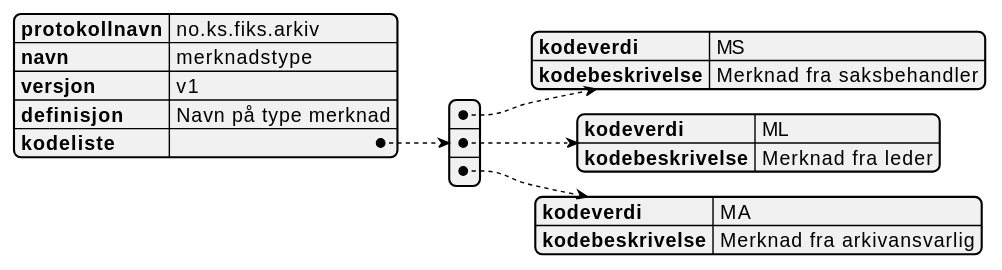
Earlier version of the PlantUML export Schema/V1/kodelister/no.ks.fiks.arkiv.v1.kodelister.merknadstype/no.ks.fiks.arkiv.v1.kodelister.merknadstype.svg (ks-no/fiks-arkiv-specification). The source it was exported from:
```plantuml
@startjson
{
  "protokollnavn": "no.ks.fiks.arkiv",
  "navn": "merknadstype",
  "versjon": "v1",
  "definisjon": "Navn på type merknad",
  "kodeliste": [
    {
      "kodeverdi" : "MS",
      "kodebeskrivelse" : "Merknad fra saksbehandler"
    },
    {
      "kodeverdi" : "ML",
      "kodebeskrivelse" : "Merknad fra leder"
    },
    {
      "kodeverdi" : "MA",
      "kodebeskrivelse" : "Merknad fra arkivansvarlig"
    }
  ]
}
@endjson
```
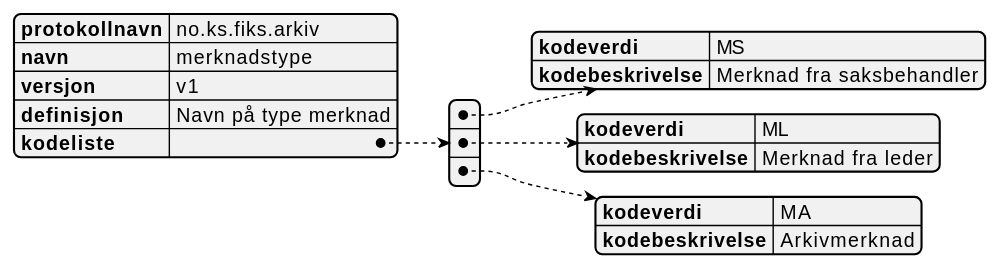
The same diagram one commit later.

The edit, as a diff of the source:
```diff
@@ -15,7 +15,7 @@
     },
     {
       "kodeverdi" : "MA",
-      "kodebeskrivelse" : "Merknad fra arkivansvarlig"
+      "kodebeskrivelse" : "Arkivmerknad"
     }
   ]
 }
```
